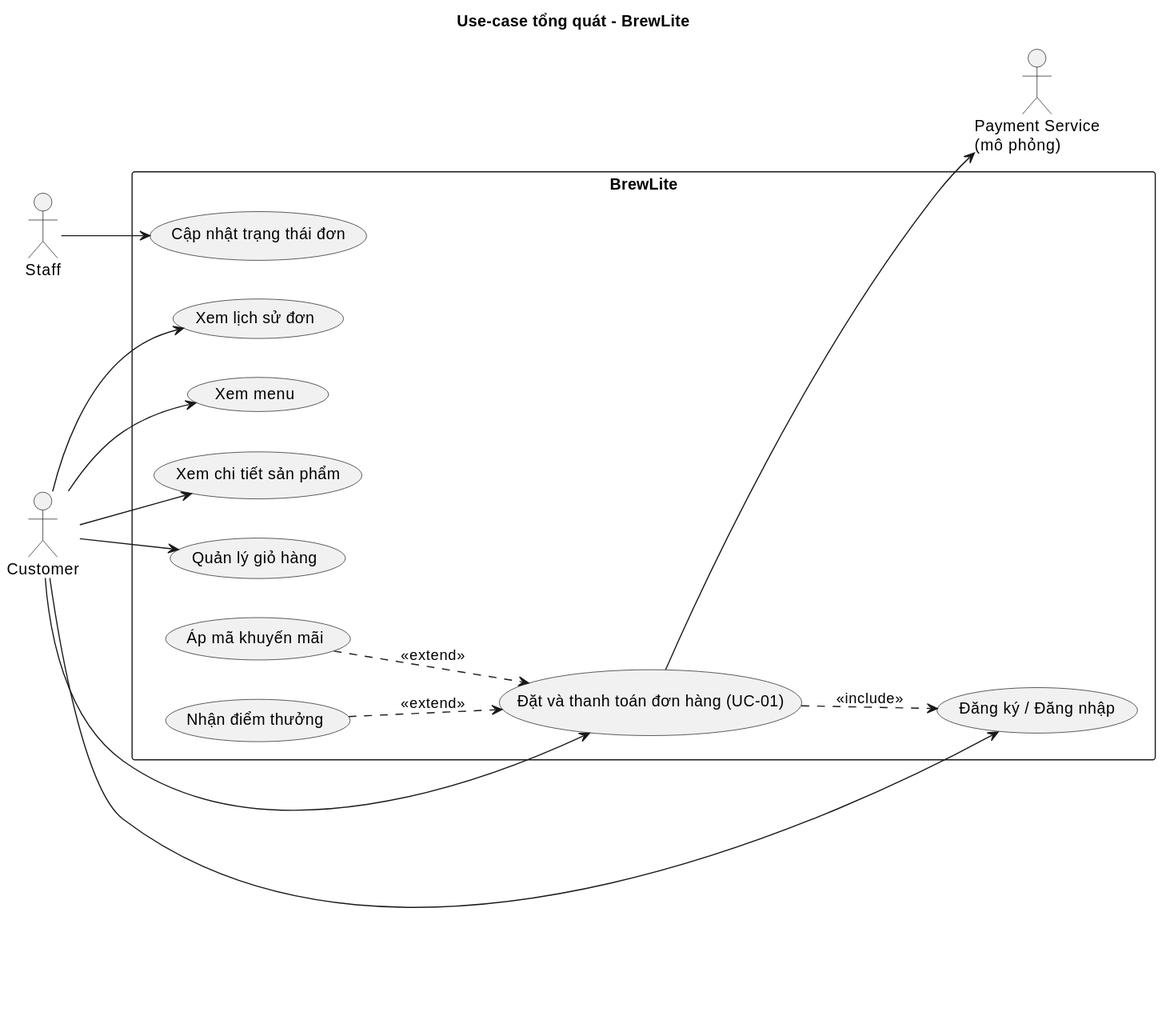
This is docs/diagrams/usecase-overview.svg from tthan-prog/BrewLite, a PlantUML export, as it was before one commit.
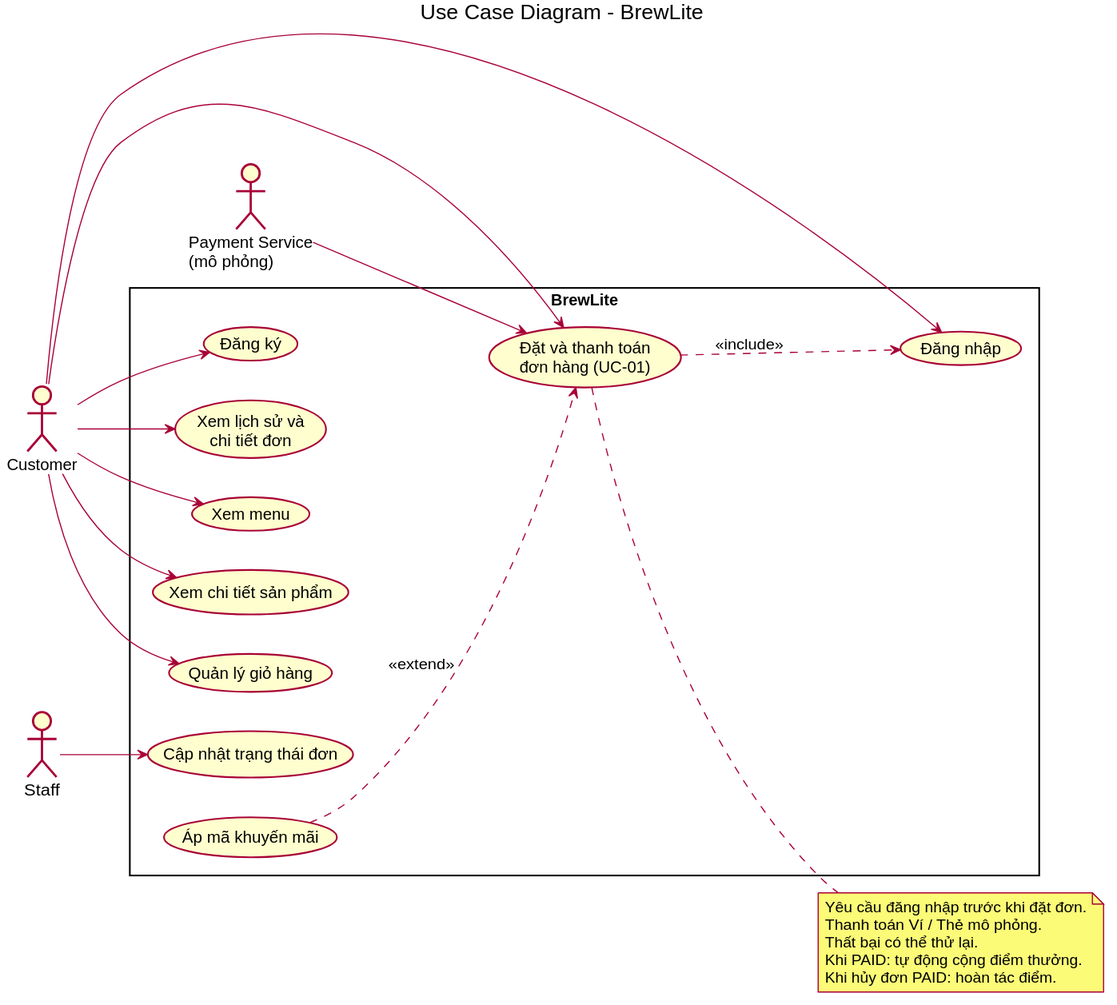
The same file after the commit.

The edit, as a diff of the source:
```diff
@@ -1,5 +1,5 @@
-@startuml
-title Use-case tổng quát - BrewLite
+@startuml usecase-overview
+title Use Case Diagram - BrewLite
 left to right direction
 skinparam shadowing false
 
@@ -11,23 +11,34 @@
   usecase "Xem menu" as UC_Menu
   usecase "Xem chi tiết sản phẩm" as UC_Detail
   usecase "Quản lý giỏ hàng" as UC_Cart
-  usecase "Đăng ký / Đăng nhập" as UC_Auth
-  usecase "Đặt và thanh toán đơn hàng (UC-01)" as UC_Checkout
-  usecase "Xem lịch sử đơn" as UC_History
+  usecase "Đăng ký" as UC_Register
+  usecase "Đăng nhập" as UC_Login
+  usecase "Đặt và thanh toán\nđơn hàng (UC-01)" as UC_Checkout
+  usecase "Xem lịch sử và\nchi tiết đơn" as UC_History
   usecase "Cập nhật trạng thái đơn" as UC_Status
   usecase "Áp mã khuyến mãi" as UC_Promo
-  usecase "Nhận điểm thưởng" as UC_Loyalty
 }
 
 Customer --> UC_Menu
 Customer --> UC_Detail
 Customer --> UC_Cart
-Customer --> UC_Auth
+Customer --> UC_Register
+Customer --> UC_Login
 Customer --> UC_Checkout
 Customer --> UC_History
+
 Staff --> UC_Status
-UC_Checkout --> PAY
-UC_Checkout ..> UC_Auth : <<include>>
+PAY --> UC_Checkout
+
+UC_Checkout ..> UC_Login : <<include>>
 UC_Promo ..> UC_Checkout : <<extend>>
-UC_Loyalty ..> UC_Checkout : <<extend>>
+
+note right of UC_Checkout
+  Yêu cầu đăng nhập trước khi đặt đơn.
+  Thanh toán Ví / Thẻ mô phỏng.
+  Thất bại có thể thử lại.
+  Khi PAID: tự động cộng điểm thưởng.
+  Khi hủy đơn PAID: hoàn tác điểm.
+end note
+
 @enduml
```
